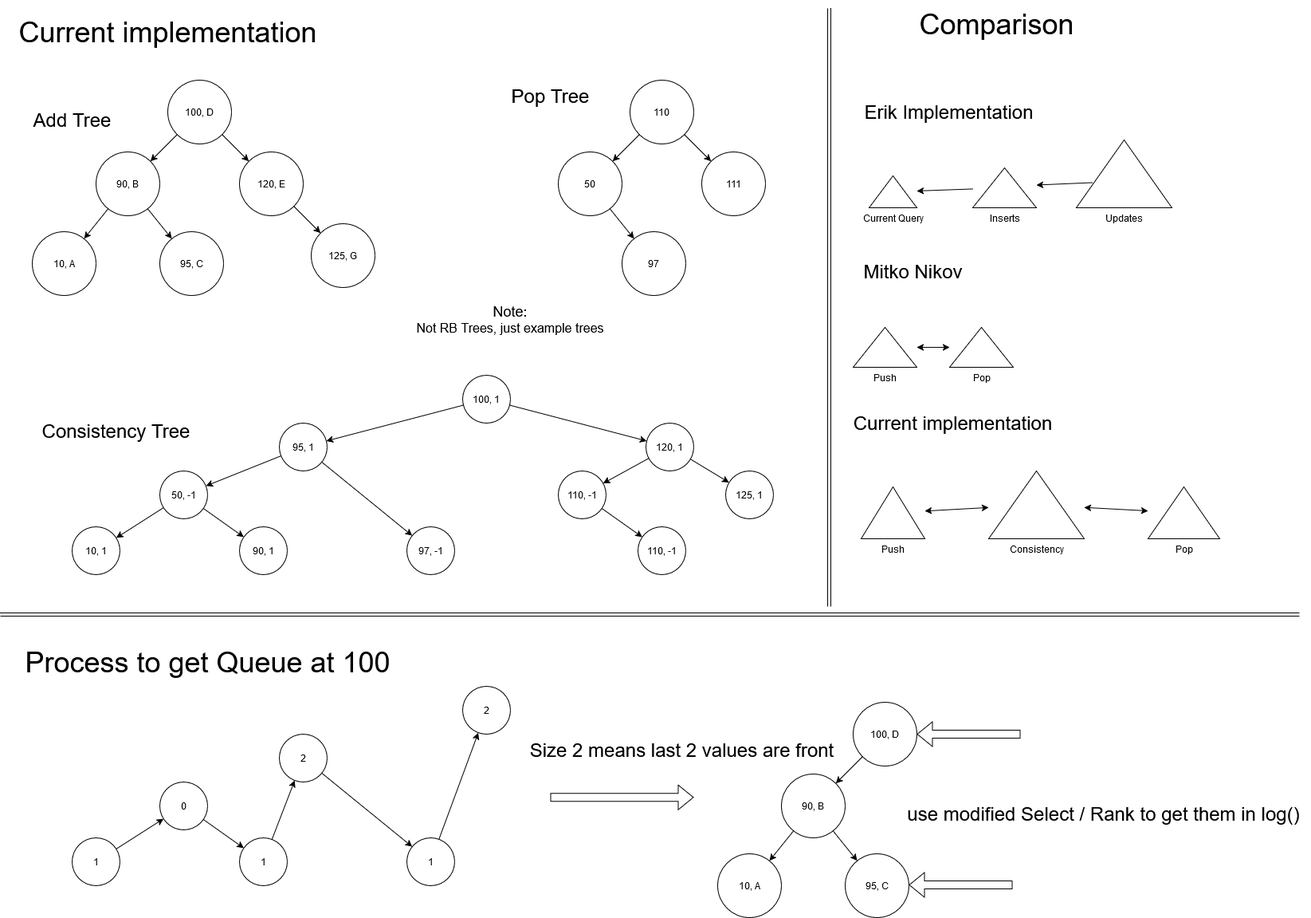
Before: imagenes/curr_implementation.png, a diagram exported from draw.io (Kiwi-el-Wiki/Time-Travel-Queue). Source tidied: cells renumbered, new cells last; positions are measured from the earlier drawing's top-left corner, leaving out a move shared by most shapes.
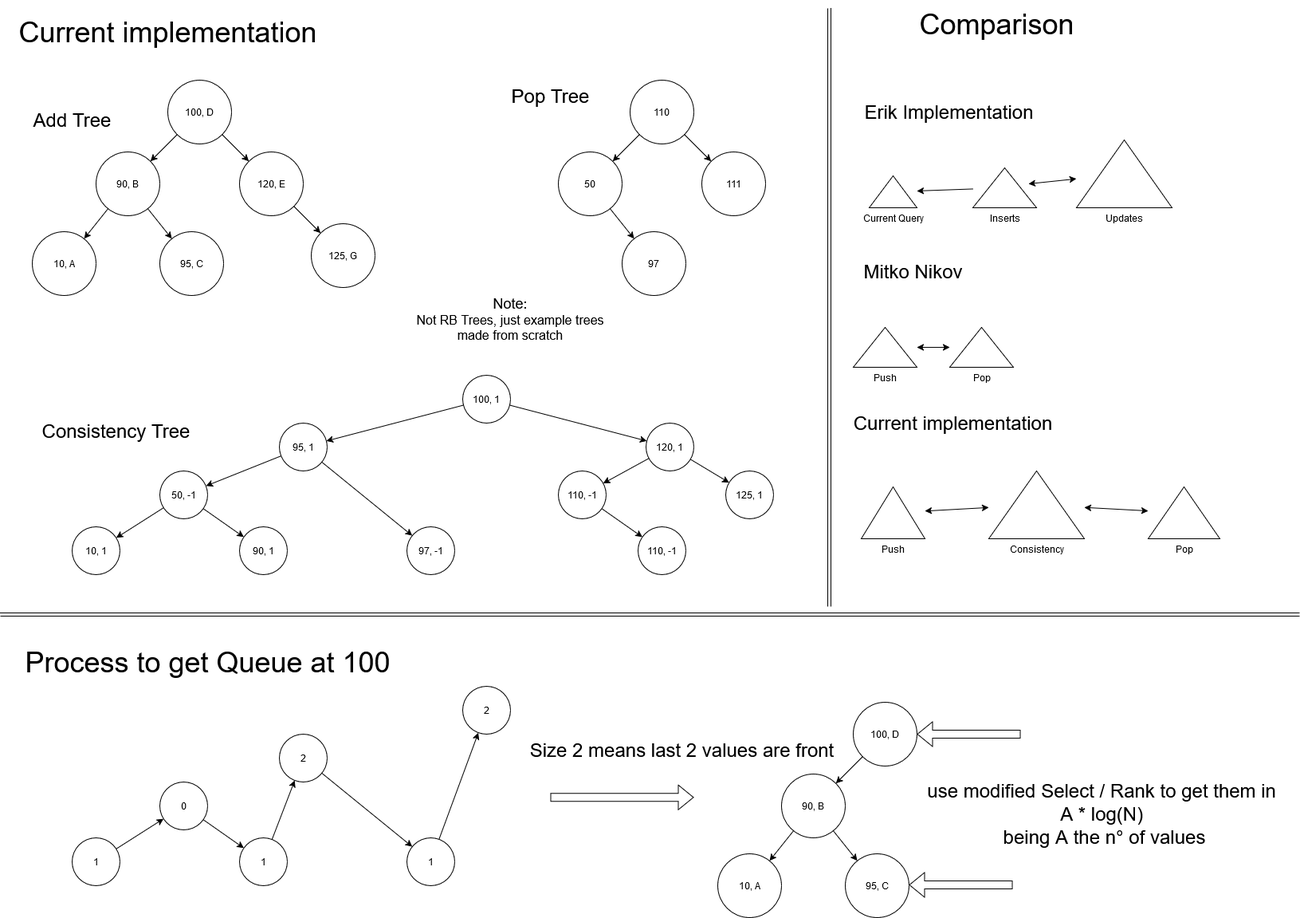
After the change.

Change to the diagram source:
```diff
@@ -62,7 +62,7 @@
     <mxCell id="21" value="&lt;font style=&quot;font-size: 24px;&quot;&gt;Pop Tree&lt;/font&gt;" style="text;html=1;align=center;verticalAlign=middle;strokeColor=none;fillColor=none;" parent="1" vertex="1">
       <mxGeometry x="630" y="100" width="120" height="40" as="geometry" />
     </mxCell>
-    <mxCell id="22" value="&lt;div&gt;&lt;font style=&quot;font-size: 18px;&quot;&gt;Note:&lt;br&gt;&lt;/font&gt;&lt;/div&gt;&lt;div&gt;&lt;font size=&quot;3&quot;&gt;Not RB Trees, just example trees &lt;/font&gt;&lt;/div&gt;" style="text;html=1;align=center;verticalAlign=middle;whiteSpace=wrap;rounded=0;" parent="1" vertex="1">
+    <mxCell id="22" value="&lt;div&gt;&lt;font style=&quot;font-size: 18px;&quot;&gt;Note:&lt;br&gt;&lt;/font&gt;&lt;/div&gt;&lt;div&gt;&lt;font size=&quot;3&quot;&gt;Not RB Trees, just example trees made from scratch &lt;/font&gt;&lt;/div&gt;" style="text;html=1;align=center;verticalAlign=middle;whiteSpace=wrap;rounded=0;" parent="1" vertex="1">
       <mxGeometry x="520" y="360" width="240" height="80" as="geometry" />
     </mxCell>
     <mxCell id="23" value="100, 1" style="ellipse;whiteSpace=wrap;html=1;" parent="1" vertex="1">
@@ -202,8 +202,8 @@
         <mxPoint x="1140" y="1109" as="targetPoint" />
       </mxGeometry>
     </mxCell>
-    <mxCell id="66" value="&lt;font style=&quot;font-size: 24px;&quot;&gt;use modified Select / Rank to get them in log()&lt;br&gt;&lt;/font&gt;" style="text;html=1;align=center;verticalAlign=middle;strokeColor=none;fillColor=none;" parent="1" vertex="1">
-      <mxGeometry x="1124" y="1000" width="520" height="40" as="geometry" />
+    <mxCell id="66" value="&lt;div&gt;&lt;font style=&quot;font-size: 24px;&quot;&gt;use modified Select / Rank to get them in&amp;nbsp;&lt;/font&gt;&lt;/div&gt;&lt;div&gt;&lt;font style=&quot;font-size: 24px;&quot;&gt;A * log(N)&amp;nbsp;&lt;/font&gt;&lt;/div&gt;&lt;div&gt;&lt;font style=&quot;font-size: 24px;&quot;&gt;being A the n° of values&lt;br&gt;&lt;/font&gt;&lt;/div&gt;" style="text;html=1;align=center;verticalAlign=middle;strokeColor=none;fillColor=none;" parent="1" vertex="1">
+      <mxGeometry x="1150" y="970" width="470" height="100" as="geometry" />
     </mxCell>
     <mxCell id="67" style="shape=link;html=1;rounded=0;" parent="1" edge="1">
       <mxGeometry relative="1" as="geometry">
@@ -259,12 +259,6 @@
     <mxCell id="82" style="endArrow=classic;html=1;rounded=0;" parent="1" edge="1" source="75" target="74">
       <mxGeometry relative="1" as="geometry" />
     </mxCell>
-    <mxCell id="83" style="endArrow=classic;html=1;rounded=0;" parent="1" edge="1">
-      <mxGeometry relative="1" as="geometry">
-        <mxPoint x="1370" y="228.5" as="sourcePoint" />
-        <mxPoint x="1300" y="231.5" as="targetPoint" />
-      </mxGeometry>
-    </mxCell>
     <mxCell id="84" style="endArrow=classic;startArrow=classic;html=1;rounded=0;" parent="1" edge="1" source="77" target="78">
       <mxGeometry relative="1" as="geometry" />
     </mxCell>
@@ -274,5 +268,10 @@
     <mxCell id="86" style="endArrow=classic;startArrow=classic;html=1;rounded=0;" parent="1" edge="1" source="79" target="81">
       <mxGeometry relative="1" as="geometry" />
     </mxCell>
+    <mxCell id="87" style="endArrow=classic;startArrow=classic;html=1;rounded=0;" parent="1" edge="1" target="76">
+      <mxGeometry relative="1" as="geometry">
+        <mxPoint x="1290" y="230" as="sourcePoint" />
+      </mxGeometry>
+    </mxCell>
   </root>
 </mxGraphModel>
```
